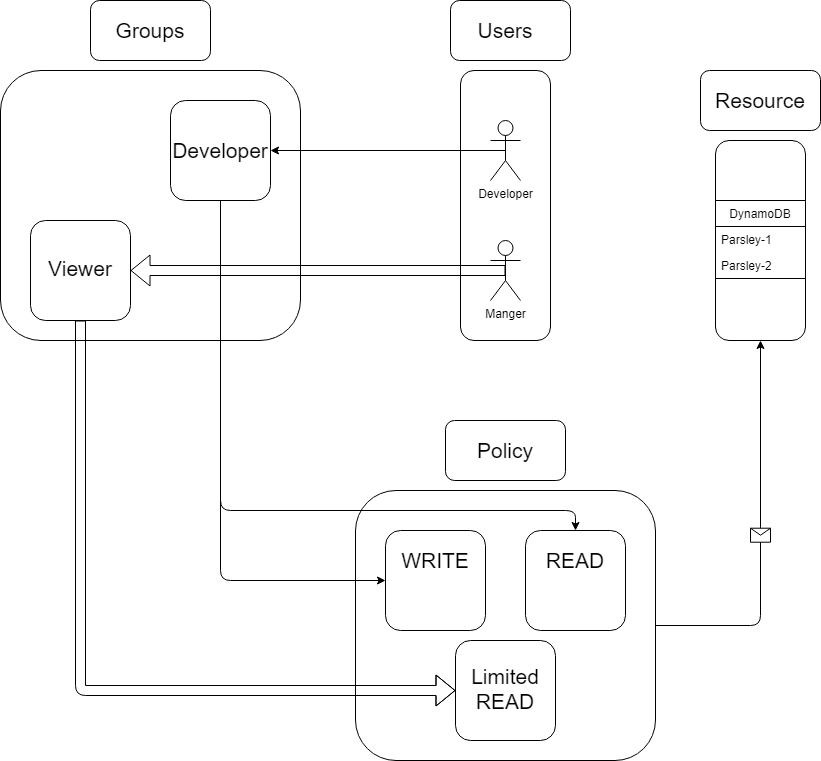
This is Design.png from JinZSu/Parsley-Health, a draw.io export, as it was before one commit. Source tidied: cells renumbered, new cells last; positions are measured from the earlier drawing's top-left corner, leaving out a move shared by most shapes.
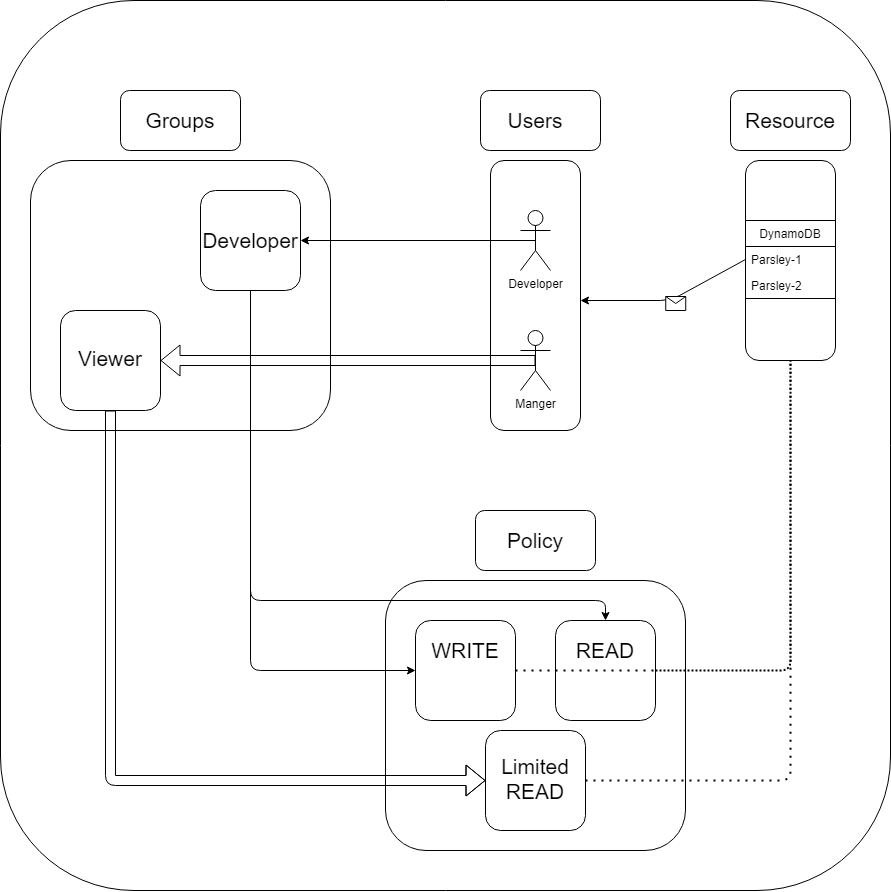
After the commit.

What changed in the source:
```diff
@@ -2,8 +2,11 @@
   <root>
     <mxCell id="0" />
     <mxCell id="1" parent="0" />
+    <mxCell id="36" style="rounded=1;whiteSpace=wrap;html=1;" parent="1" vertex="1">
+      <mxGeometry x="-30" y="-90" width="890" height="890" as="geometry" />
+    </mxCell>
     <mxCell id="2" style="rounded=1;whiteSpace=wrap;html=1;" parent="1" vertex="1">
-      <mxGeometry x="715" y="140" width="90" height="200" as="geometry" />
+      <mxGeometry x="715" y="70" width="90" height="200" as="geometry" />
     </mxCell>
     <mxCell id="3" style="rounded=1;whiteSpace=wrap;html=1;" parent="1" vertex="1">
       <mxGeometry x="460" y="70" width="90" height="270" as="geometry" />
@@ -21,7 +24,7 @@
       <mxGeometry x="485" y="20" width="40" height="20" as="geometry" />
     </mxCell>
     <mxCell id="8" value="DynamoDB" style="swimlane;fontStyle=0;horizontal=1;startSize=26;" parent="1" vertex="1">
-      <mxGeometry x="715" y="200" width="90" height="78" as="geometry" />
+      <mxGeometry x="715" y="130" width="90" height="78" as="geometry" />
     </mxCell>
     <mxCell id="9" value="Parsley-1" style="text;strokeColor=none;fillColor=none;align=left;verticalAlign=top;spacingLeft=4;spacingRight=4;overflow=hidden;" parent="8" vertex="1">
       <mxGeometry y="26" width="90" height="26" as="geometry" />
@@ -30,10 +33,10 @@
       <mxGeometry y="52" width="90" height="26" as="geometry" />
     </mxCell>
     <mxCell id="11" style="rounded=1;whiteSpace=wrap;html=1;" parent="1" vertex="1">
-      <mxGeometry x="700" y="70" width="120" height="60" as="geometry" />
+      <mxGeometry x="700" width="120" height="60" as="geometry" />
     </mxCell>
     <mxCell id="12" value="&lt;font style=&quot;font-size: 21px&quot;&gt;Resource&lt;/font&gt;" style="text;html=1;strokeColor=none;fillColor=none;align=center;verticalAlign=middle;whiteSpace=wrap;rounded=0;" parent="1" vertex="1">
-      <mxGeometry x="740" y="90" width="40" height="20" as="geometry" />
+      <mxGeometry x="740" y="20" width="40" height="20" as="geometry" />
     </mxCell>
     <mxCell id="13" style="rounded=1;whiteSpace=wrap;html=1;" parent="1" vertex="1">
       <mxGeometry y="70" width="300" height="270" as="geometry" />
@@ -111,17 +114,39 @@
         </Array>
       </mxGeometry>
     </mxCell>
-    <mxCell id="34" style="endArrow=classic;html=1;exitX=1;exitY=0.5;exitDx=0;exitDy=0;entryX=0.5;entryY=1;entryDx=0;entryDy=0;" parent="1" edge="1" source="20" target="2">
+    <mxCell id="34" style="endArrow=classic;html=1;exitX=0;exitY=0.5;exitDx=0;exitDy=0;" parent="1" edge="1" source="8">
       <mxGeometry relative="1" as="geometry">
+        <mxPoint x="550" y="210" as="targetPoint" />
         <Array as="points">
-          <mxPoint x="760" y="625" />
+          <mxPoint x="640" y="210" />
         </Array>
       </mxGeometry>
     </mxCell>
     <mxCell id="35" style="shape=message;html=1;" parent="34" vertex="1">
       <mxGeometry width="20" height="14" relative="1" as="geometry">
-        <mxPoint x="-10" y="-7" as="offset" />
+        <mxPoint x="-2" y="-4" as="offset" />
       </mxGeometry>
     </mxCell>
+    <mxCell id="37" style="endArrow=none;dashed=1;html=1;dashPattern=1 3;strokeWidth=2;exitX=1;exitY=0.5;exitDx=0;exitDy=0;entryX=0.5;entryY=1;entryDx=0;entryDy=0;" parent="1" edge="1" source="24" target="2">
+      <mxGeometry relative="1" as="geometry">
+        <Array as="points">
+          <mxPoint x="760" y="580" />
+        </Array>
+      </mxGeometry>
+    </mxCell>
+    <mxCell id="38" style="endArrow=none;dashed=1;html=1;dashPattern=1 3;strokeWidth=2;exitX=1;exitY=0.5;exitDx=0;exitDy=0;entryX=0.5;entryY=1;entryDx=0;entryDy=0;" parent="1" edge="1" source="23" target="2">
+      <mxGeometry relative="1" as="geometry">
+        <Array as="points">
+          <mxPoint x="760" y="580" />
+        </Array>
+      </mxGeometry>
+    </mxCell>
+    <mxCell id="39" style="endArrow=none;dashed=1;html=1;dashPattern=1 3;strokeWidth=2;exitX=1;exitY=0.5;exitDx=0;exitDy=0;entryX=0.5;entryY=1;entryDx=0;entryDy=0;" parent="1" edge="1" source="27" target="2">
+      <mxGeometry relative="1" as="geometry">
+        <Array as="points">
+          <mxPoint x="760" y="690" />
+        </Array>
+      </mxGeometry>
+    </mxCell>
   </root>
 </mxGraphModel>
```
